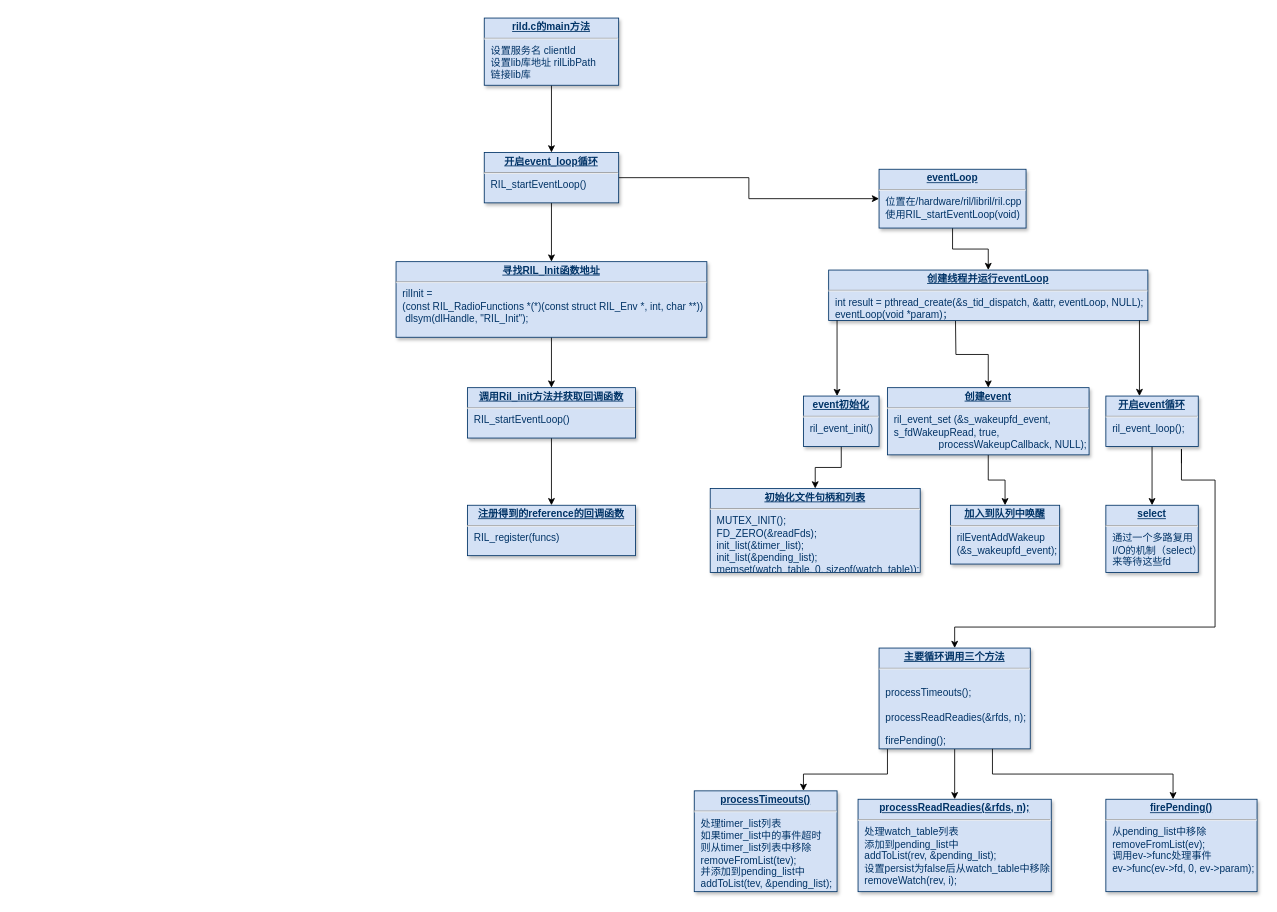
This is 未命名绘图.drawio from Easyhood/Tender, a draw.io file, before an edit. Source tidied: cells renumbered, new cells numbered last; positions are measured from the earlier drawing's top-left corner, leaving out a move shared by most shapes. Both pictures are drawn from the tidied source at 84%, with x=0, y=0 at pixel (396, 18).
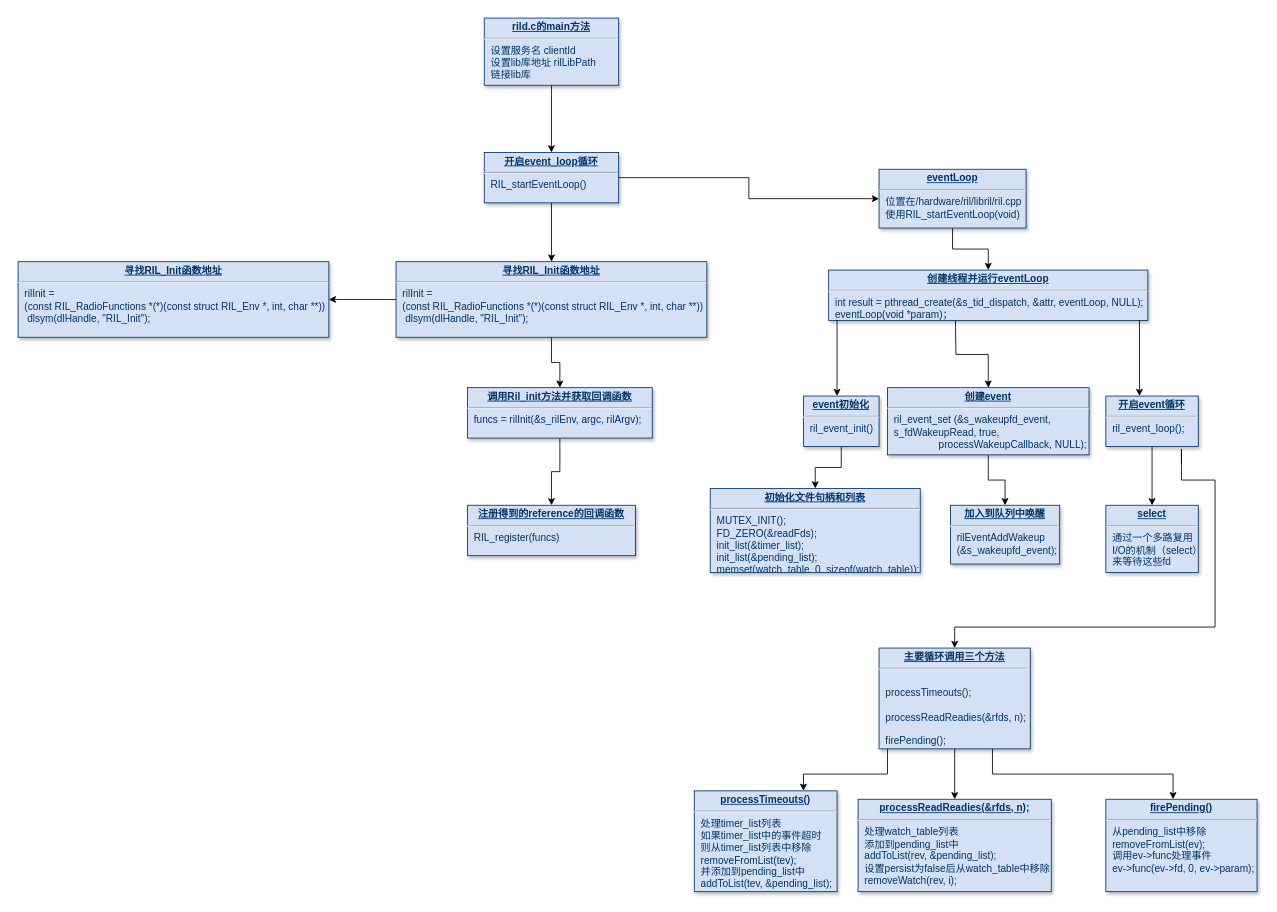
The same page after the edit.

Commit message:
更新未命名绘图.drawio

The change refers to these unchanged cells:
```xml
<mxCell id="8" value="&lt;p style=&quot;margin: 4px 0px 0px ; text-align: center&quot;&gt;&lt;b&gt;&lt;u&gt;寻找RIL_Init函数地址&lt;/u&gt;&lt;/b&gt;&lt;br&gt;&lt;/p&gt;&lt;hr&gt;&lt;p style=&quot;margin: 0px ; margin-left: 8px&quot;&gt;rilInit =&lt;/p&gt;&lt;p style=&quot;margin: 0px ; margin-left: 8px&quot;&gt;(const RIL_Radio&lt;span&gt;Functions&amp;nbsp;&lt;/span&gt;&lt;span&gt;*(*)(const&amp;nbsp;&lt;/span&gt;&lt;span&gt;struct RIL_Env *,&amp;nbsp;&lt;/span&gt;&lt;span&gt;int, char **))&lt;/span&gt;&lt;/p&gt;&lt;p style=&quot;margin: 0px ; margin-left: 8px&quot;&gt;&amp;nbsp;&lt;span&gt;dlsym&lt;/span&gt;&lt;span&gt;(dlHandle, &quot;RIL_Init&quot;);&lt;/span&gt;&lt;/p&gt;" style="verticalAlign=top;align=left;overflow=fill;fontSize=12;fontFamily=Helvetica;html=1;strokeColor=#003366;shadow=1;fillColor=#D4E1F5;fontColor=#003366;" parent="1" vertex="1">
  <mxGeometry y="290" width="370" height="90" as="geometry" />
</mxCell>
```

The edit, as a diff of the source:
```diff
@@
+    <mxCell id="35" style="edgeStyle=orthogonalEdgeStyle;rounded=0;jettySize=auto;html=1;" parent="1" edge="1" source="8" target="36">
+      <mxGeometry relative="1" as="geometry" />
+    </mxCell>
@@
-    <mxCell id="10" value="&lt;p style=&quot;margin: 4px 0px 0px ; text-align: center&quot;&gt;&lt;b&gt;&lt;u&gt;调用Ril_init方法并获取回调函数&lt;/u&gt;&lt;/b&gt;&lt;br&gt;&lt;/p&gt;&lt;hr&gt;&lt;p style=&quot;margin: 0px ; margin-left: 8px&quot;&gt;RIL_startEventLoop()&lt;br&gt;&lt;/p&gt;" style="verticalAlign=top;align=left;overflow=fill;fontSize=12;fontFamily=Helvetica;html=1;strokeColor=#003366;shadow=1;fillColor=#D4E1F5;fontColor=#003366;" parent="1" vertex="1">
-      <mxGeometry x="85" y="440" width="200" height="60" as="geometry" />
+    <mxCell id="10" value="&lt;p style=&quot;margin: 4px 0px 0px ; text-align: center&quot;&gt;&lt;b&gt;&lt;u&gt;调用Ril_init方法并获取回调函数&lt;/u&gt;&lt;/b&gt;&lt;br&gt;&lt;/p&gt;&lt;hr&gt;&lt;p style=&quot;margin: 0px ; margin-left: 8px&quot;&gt;funcs = rilInit(&amp;amp;s_rilEnv, argc, rilArgv);&lt;br&gt;&lt;/p&gt;" style="verticalAlign=top;align=left;overflow=fill;fontSize=12;fontFamily=Helvetica;html=1;strokeColor=#003366;shadow=1;fillColor=#D4E1F5;fontColor=#003366;" parent="1" vertex="1">
+      <mxGeometry x="85" y="440" width="220" height="60" as="geometry" />
     </mxCell>
@@
+    <mxCell id="36" value="&lt;p style=&quot;margin: 4px 0px 0px ; text-align: center&quot;&gt;&lt;b&gt;&lt;u&gt;寻找RIL_Init函数地址&lt;/u&gt;&lt;/b&gt;&lt;br&gt;&lt;/p&gt;&lt;hr&gt;&lt;p style=&quot;margin: 0px ; margin-left: 8px&quot;&gt;rilInit =&lt;/p&gt;&lt;p style=&quot;margin: 0px ; margin-left: 8px&quot;&gt;(const RIL_Radio&lt;span&gt;Functions&amp;nbsp;&lt;/span&gt;&lt;span&gt;*(*)(const&amp;nbsp;&lt;/span&gt;&lt;span&gt;struct RIL_Env *,&amp;nbsp;&lt;/span&gt;&lt;span&gt;int, char **))&lt;/span&gt;&lt;/p&gt;&lt;p style=&quot;margin: 0px ; margin-left: 8px&quot;&gt;&amp;nbsp;&lt;span&gt;dlsym&lt;/span&gt;&lt;span&gt;(dlHandle, &quot;RIL_Init&quot;);&lt;/span&gt;&lt;/p&gt;" style="verticalAlign=top;align=left;overflow=fill;fontSize=12;fontFamily=Helvetica;html=1;strokeColor=#003366;shadow=1;fillColor=#D4E1F5;fontColor=#003366;" parent="1" vertex="1">
+      <mxGeometry x="-450" y="290" width="370" height="90" as="geometry" />
+    </mxCell>
```
